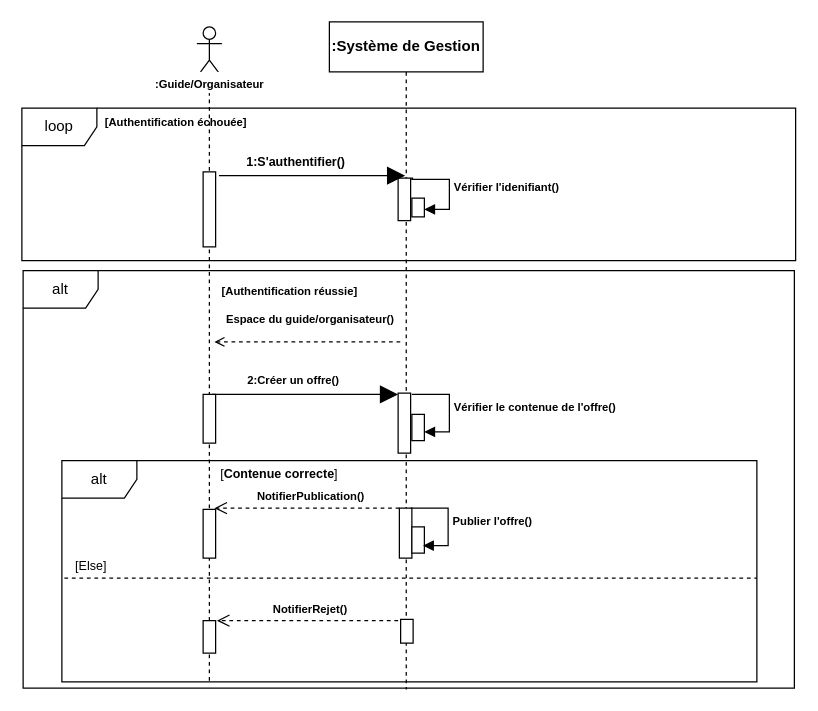
The draw.io diagram Diagramme sequence4.drawio in louis-fresnel99/TpGasaL1, before the edit. Source tidied: cells renumbered, new cells numbered last; positions are measured from the earlier drawing's top-left corner, leaving out a move shared by most shapes. Both pictures are drawn from the tidied source at 125%, with x=0, y=0 at pixel (21, 21).
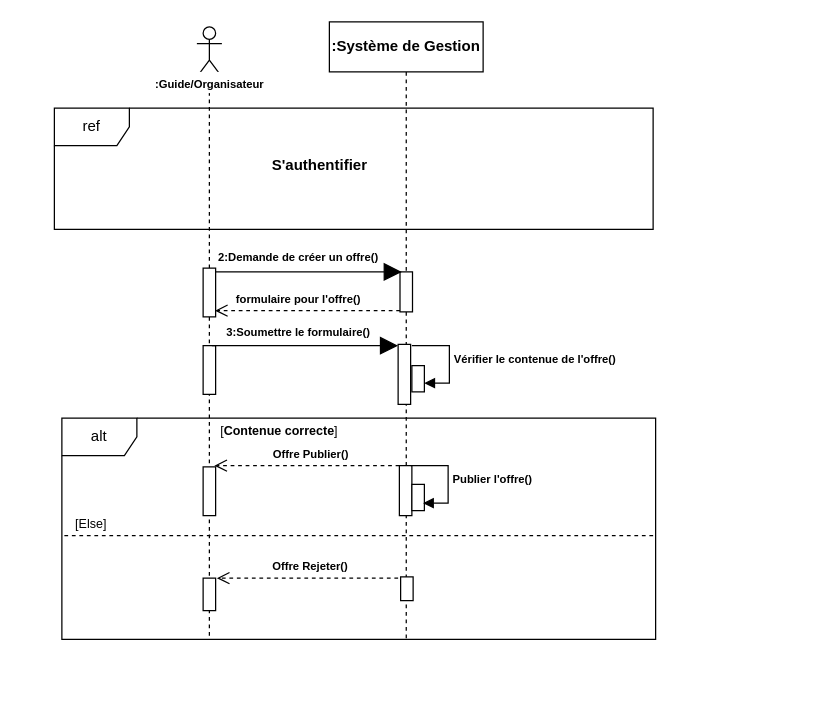
The same diagram, later.

Commit message:
Mettre à jour Diagramme sequence4.drawio

What changed in the source:
```diff
@@
-    <mxCell id="2" value="alt" style="shape=umlFrame;whiteSpace=wrap;html=1;labelBorderColor=none;fillColor=light-dark(#FFFFFF,#FFFFFF);fontColor=light-dark(#000000,#000000);strokeColor=light-dark(#000000,#000000);" parent="1" vertex="1">
-      <mxGeometry x="32" y="351" width="556" height="177" as="geometry" />
-    </mxCell>
     <mxCell id="3" value="&lt;b&gt;:Système de Gestion&lt;/b&gt;" style="shape=umlLifeline;perimeter=lifelinePerimeter;whiteSpace=wrap;html=1;newEdgeStyle={&quot;edgeStyle&quot;:&quot;elbowEdgeStyle&quot;,&quot;elbow&quot;:&quot;vertical&quot;,&quot;curved&quot;:0,&quot;rounded&quot;:0};fillColor=light-dark(#FFFFFF, #ffffff);strokeColor=light-dark(#000000,#000000);labelBackgroundColor=none;fontColor=light-dark(#000000,#000000);" parent="1" vertex="1">
-      <mxGeometry x="246" width="123" height="534" as="geometry" />
+      <mxGeometry x="246" width="123" height="495" as="geometry" />
     </mxCell>
-    <mxCell id="4" style="html=1;perimeter=orthogonalPerimeter;targetShapes=umlLifeline;newEdgeStyle={&quot;curved&quot;:0,&quot;rounded&quot;:0};fillColor=light-dark(#FFFFFF,#FFFFFF);strokeColor=light-dark(#000000,#000000);" parent="3" vertex="1">
-      <mxGeometry x="55" y="125" width="10" height="34" as="geometry" />
-    </mxCell>
     <mxCell id="5" style="html=1;perimeter=orthogonalPerimeter;targetShapes=umlLifeline;newEdgeStyle={&quot;curved&quot;:0,&quot;rounded&quot;:0};fillColor=light-dark(#FFFFFF,#FFFFFF);strokeColor=light-dark(#000000,#000000);" parent="3" vertex="1">
-      <mxGeometry x="55" y="297" width="10" height="48" as="geometry" />
+      <mxGeometry x="55" y="258" width="10" height="48" as="geometry" />
     </mxCell>
     <mxCell id="6" style="html=1;perimeter=orthogonalPerimeter;targetShapes=umlLifeline;newEdgeStyle={&quot;curved&quot;:0,&quot;rounded&quot;:0};fillColor=light-dark(#FFFFFF,#FFFFFF);strokeColor=light-dark(#000000,#000000);" parent="3" vertex="1">
-      <mxGeometry x="56" y="389" width="10" height="40" as="geometry" />
+      <mxGeometry x="56" y="355" width="10" height="40" as="geometry" />
     </mxCell>
     <mxCell id="7" style="html=1;perimeter=orthogonalPerimeter;targetShapes=umlLifeline;newEdgeStyle={&quot;curved&quot;:0,&quot;rounded&quot;:0};fillColor=light-dark(#FFFFFF,#FFFFFF);strokeColor=light-dark(#000000,#000000);" parent="3" vertex="1">
-      <mxGeometry x="57" y="478" width="10" height="19" as="geometry" />
+      <mxGeometry x="57" y="444" width="10" height="19" as="geometry" />
     </mxCell>
     <mxCell id="8" style="html=1;perimeter=orthogonalPerimeter;targetShapes=umlLifeline;newEdgeStyle={&quot;curved&quot;:0,&quot;rounded&quot;:0};" parent="3" vertex="1">
-      <mxGeometry x="66" y="404" width="10" height="21" as="geometry" />
+      <mxGeometry x="66" y="370" width="10" height="21" as="geometry" />
     </mxCell>
     <mxCell id="9" value="&lt;b&gt;&lt;font style=&quot;font-size: 9px;&quot;&gt;Publier l'offre()&lt;/font&gt;&lt;/b&gt;" style="html=1;align=left;spacingLeft=2;endArrow=block;rounded=0;edgeStyle=orthogonalEdgeStyle;curved=0;rounded=0;" parent="3" edge="1">
       <mxGeometry relative="1" as="geometry">
-        <mxPoint x="65" y="389" as="sourcePoint" />
-        <mxPoint x="75" y="419" as="targetPoint" />
+        <mxPoint x="65" y="355" as="sourcePoint" />
+        <mxPoint x="75" y="385" as="targetPoint" />
         <Array as="points">
-          <mxPoint x="95" y="419" />
+          <mxPoint x="95" y="385" />
         </Array>
       </mxGeometry>
     </mxCell>
+    <mxCell id="2" value="alt" style="shape=umlFrame;whiteSpace=wrap;html=1;labelBorderColor=none;fillColor=light-dark(#FFFFFF,#FFFFFF);fontColor=light-dark(#000000,#000000);strokeColor=light-dark(#000000,#000000);" parent="1" vertex="1">
+      <mxGeometry x="32" y="317" width="475" height="177" as="geometry" />
+    </mxCell>
     <mxCell id="10" style="shape=umlLifeline;perimeter=lifelinePerimeter;whiteSpace=wrap;html=1;newEdgeStyle={&quot;curved&quot;:0,&quot;rounded&quot;:0};participant=umlActor;fillColor=light-dark(#FFFFFF,#000000);strokeColor=light-dark(#000000,#000000);" parent="1" vertex="1">
-      <mxGeometry x="140" y="4" width="20" height="523" as="geometry" />
+      <mxGeometry x="140" y="4" width="20" height="490" as="geometry" />
     </mxCell>
-    <mxCell id="11" style="html=1;perimeter=orthogonalPerimeter;targetShapes=umlLifeline;newEdgeStyle={&quot;curved&quot;:0,&quot;rounded&quot;:0};fillColor=light-dark(#FFFFFF,#FFFFFF);strokeColor=light-dark(#000000,#000000);" parent="10" vertex="1">
-      <mxGeometry x="5" y="116" width="10" height="60" as="geometry" />
-    </mxCell>
     <mxCell id="12" style="html=1;perimeter=orthogonalPerimeter;targetShapes=umlLifeline;newEdgeStyle={&quot;curved&quot;:0,&quot;rounded&quot;:0};fillColor=light-dark(#FFFFFF,#FFFFFF);strokeColor=light-dark(#000000,#000000);" parent="10" vertex="1">
-      <mxGeometry x="5" y="294" width="10" height="39" as="geometry" />
+      <mxGeometry x="5" y="255" width="10" height="39" as="geometry" />
     </mxCell>
     <mxCell id="13" style="html=1;perimeter=orthogonalPerimeter;targetShapes=umlLifeline;newEdgeStyle={&quot;curved&quot;:0,&quot;rounded&quot;:0};fillColor=light-dark(#FFFFFF,#FFFFFF);strokeColor=light-dark(#000000,#000000);" parent="10" vertex="1">
-      <mxGeometry x="5" y="386" width="10" height="39" as="geometry" />
+      <mxGeometry x="5" y="352" width="10" height="39" as="geometry" />
     </mxCell>
     <mxCell id="14" style="html=1;perimeter=orthogonalPerimeter;targetShapes=umlLifeline;newEdgeStyle={&quot;curved&quot;:0,&quot;rounded&quot;:0};fillColor=light-dark(#FFFFFF,#FFFFFF);strokeColor=light-dark(#000000,#000000);" parent="10" vertex="1">
-      <mxGeometry x="5" y="475" width="10" height="26" as="geometry" />
+      <mxGeometry x="5" y="441" width="10" height="26" as="geometry" />
     </mxCell>
-    <mxCell id="15" style="endArrow=block;endFill=1;endSize=12;html=1;rounded=0;strokeColor=light-dark(#000000,#000000);exitX=1;exitY=0;exitDx=0;exitDy=5;exitPerimeter=0;" parent="1" edge="1">
-      <mxGeometry relative="1" as="geometry">
-        <mxPoint x="157.7" y="123" as="sourcePoint" />
-        <mxPoint x="306.7" y="123" as="targetPoint" />
-      </mxGeometry>
-    </mxCell>
-    <mxCell id="16" value="&lt;font size=&quot;1&quot;&gt;&lt;b&gt;1:S'authentifier()&lt;/b&gt;&lt;/font&gt;" style="text;html=1;align=center;verticalAlign=middle;whiteSpace=wrap;rounded=0;" parent="1" vertex="1">
-      <mxGeometry x="155" y="101" width="129" height="22" as="geometry" />
-    </mxCell>
-    <mxCell id="17" style="endArrow=open;html=1;rounded=0;strokeColor=light-dark(#000000,#000000);dashed=1;strokeWidth=1;endFill=0;exitX=1;exitY=1;exitDx=0;exitDy=0;" parent="1" edge="1">
-      <mxGeometry relative="1" as="geometry">
-        <mxPoint x="302.7" y="256" as="sourcePoint" />
-        <mxPoint x="154" y="256" as="targetPoint" />
-      </mxGeometry>
-    </mxCell>
-    <mxCell id="18" value="&lt;font style=&quot;color: light-dark(rgb(0, 0, 0), rgb(0, 0, 0)); font-size: 9px;&quot;&gt;&lt;b&gt;[Authentification réussie]&lt;/b&gt;&lt;/font&gt;" style="text;html=1;align=center;verticalAlign=middle;whiteSpace=wrap;rounded=0;" parent="1" vertex="1">
-      <mxGeometry x="144.6" y="204" width="139.4" height="22" as="geometry" />
-    </mxCell>
+    <mxCell id="37" style="html=1;perimeter=orthogonalPerimeter;targetShapes=umlLifeline;newEdgeStyle={&quot;curved&quot;:0,&quot;rounded&quot;:0};fillColor=light-dark(#FFFFFF,#FFFFFF);strokeColor=light-dark(#000000,#000000);" parent="10" vertex="1">
+      <mxGeometry x="5" y="193" width="10" height="39" as="geometry" />
+    </mxCell>
     <mxCell id="19" style="endArrow=block;endFill=1;endSize=12;html=1;rounded=0;strokeColor=light-dark(#000000,#000000);" parent="1" edge="1">
       <mxGeometry relative="1" as="geometry">
-        <mxPoint x="152" y="298" as="sourcePoint" />
-        <mxPoint x="301" y="298" as="targetPoint" />
+        <mxPoint x="152" y="259" as="sourcePoint" />
+        <mxPoint x="301" y="259" as="targetPoint" />
       </mxGeometry>
     </mxCell>
-    <mxCell id="20" value="&lt;font style=&quot;color: light-dark(rgb(0, 0, 0), rgb(0, 0, 0)); font-size: 9px;&quot;&gt;&lt;b&gt;2:Créer un offre()&lt;/b&gt;&lt;/font&gt;" style="text;html=1;align=center;verticalAlign=middle;whiteSpace=wrap;rounded=0;" parent="1" vertex="1">
-      <mxGeometry x="159.9" y="277" width="114.7" height="17" as="geometry" />
+    <mxCell id="20" value="&lt;font style=&quot;color: light-dark(rgb(0, 0, 0), rgb(0, 0, 0)); font-size: 9px;&quot;&gt;&lt;b&gt;3:Soumettre le formulaire()&lt;/b&gt;&lt;/font&gt;" style="text;html=1;align=center;verticalAlign=middle;whiteSpace=wrap;rounded=0;" parent="1" vertex="1">
+      <mxGeometry x="148.6" y="239" width="145.1" height="17" as="geometry" />
     </mxCell>
     <mxCell id="21" style="html=1;verticalAlign=bottom;endArrow=open;dashed=1;endSize=8;curved=0;rounded=0;strokeColor=light-dark(#000000,#000000);" parent="1" edge="1">
       <mxGeometry relative="1" as="geometry">
-        <mxPoint x="302" y="389" as="sourcePoint" />
-        <mxPoint x="154" y="389" as="targetPoint" />
+        <mxPoint x="302" y="355" as="sourcePoint" />
+        <mxPoint x="154" y="355" as="targetPoint" />
       </mxGeometry>
     </mxCell>
-    <mxCell id="22" value="&lt;font style=&quot;color: light-dark(rgb(0, 0, 0), rgb(0, 0, 0)); font-size: 9px;&quot;&gt;&lt;b&gt;NotifierPublication()&lt;/b&gt;&lt;/font&gt;" style="text;html=1;align=center;verticalAlign=middle;whiteSpace=wrap;rounded=0;" parent="1" vertex="1">
-      <mxGeometry x="183.3" y="370" width="97" height="17" as="geometry" />
+    <mxCell id="22" value="&lt;font style=&quot;color: light-dark(rgb(0, 0, 0), rgb(0, 0, 0)); font-size: 9px;&quot;&gt;&lt;b&gt;Offre Publier()&lt;/b&gt;&lt;/font&gt;" style="text;html=1;align=center;verticalAlign=middle;whiteSpace=wrap;rounded=0;" parent="1" vertex="1">
+      <mxGeometry x="183.3" y="336" width="97" height="17" as="geometry" />
     </mxCell>
     <mxCell id="23" style="line;strokeWidth=1;fillColor=none;align=left;verticalAlign=middle;spacingTop=-1;spacingLeft=3;spacingRight=3;labelPosition=right;strokeColor=light-dark(#000000,#000000);dashed=1;" parent="1" vertex="1">
-      <mxGeometry x="34" y="441" width="554" height="8" as="geometry" />
+      <mxGeometry x="34" y="407" width="473" height="8" as="geometry" />
     </mxCell>
     <mxCell id="24" value="&lt;font style=&quot;color: light-dark(rgb(0, 0, 0), rgb(0, 0, 0)); font-size: 10px;&quot;&gt;[Else]&amp;nbsp;&lt;/font&gt;" style="text;html=1;align=center;verticalAlign=middle;whiteSpace=wrap;rounded=0;" parent="1" vertex="1">
-      <mxGeometry x="35" y="425" width="44" height="19" as="geometry" />
+      <mxGeometry x="35" y="391" width="44" height="19" as="geometry" />
     </mxCell>
     <mxCell id="25" style="html=1;verticalAlign=bottom;endArrow=open;dashed=1;endSize=8;curved=0;rounded=0;strokeColor=light-dark(#000000,#000000);" parent="1" edge="1">
       <mxGeometry relative="1" as="geometry">
-        <mxPoint x="301" y="479" as="sourcePoint" />
-        <mxPoint x="156" y="479" as="targetPoint" />
+        <mxPoint x="301" y="445" as="sourcePoint" />
+        <mxPoint x="156" y="445" as="targetPoint" />
       </mxGeometry>
     </mxCell>
-    <mxCell id="26" value="&lt;b style=&quot;font-size: 9px;&quot;&gt;NotifierRejet()&lt;/b&gt;" style="text;html=1;align=center;verticalAlign=middle;whiteSpace=wrap;rounded=0;" parent="1" vertex="1">
-      <mxGeometry x="183.6" y="460" width="94.4" height="17" as="geometry" />
+    <mxCell id="26" value="&lt;b style=&quot;font-size: 9px;&quot;&gt;Offre Rejeter()&lt;/b&gt;" style="text;html=1;align=center;verticalAlign=middle;whiteSpace=wrap;rounded=0;" parent="1" vertex="1">
+      <mxGeometry x="183.6" y="426" width="94.4" height="17" as="geometry" />
     </mxCell>
     <mxCell id="27" value="&lt;font style=&quot;color: light-dark(rgb(0, 0, 0), rgb(0, 0, 0)); font-size: 10px;&quot;&gt;[&lt;b&gt;Contenue correcte&lt;/b&gt;]&amp;nbsp;&lt;/font&gt;" style="text;html=1;align=center;verticalAlign=middle;whiteSpace=wrap;rounded=0;" parent="1" vertex="1">
-      <mxGeometry x="155" y="351" width="105" height="19" as="geometry" />
+      <mxGeometry x="155" y="317" width="105" height="19" as="geometry" />
     </mxCell>
-    <mxCell id="28" value="alt" style="shape=umlFrame;whiteSpace=wrap;html=1;" parent="1" vertex="1">
-      <mxGeometry x="1" y="199" width="617" height="334" as="geometry" />
-    </mxCell>
-    <mxCell id="29" style="html=1;perimeter=orthogonalPerimeter;targetShapes=umlLifeline;newEdgeStyle={&quot;curved&quot;:0,&quot;rounded&quot;:0};" parent="1" vertex="1">
-      <mxGeometry x="312" y="141" width="10" height="15" as="geometry" />
-    </mxCell>
-    <mxCell id="30" value="&lt;b&gt;&lt;font style=&quot;font-size: 9px;&quot;&gt;Vérifier l'idenifiant()&lt;/font&gt;&lt;/b&gt;" style="html=1;align=left;spacingLeft=2;endArrow=block;rounded=0;edgeStyle=orthogonalEdgeStyle;curved=0;rounded=0;" parent="1" edge="1">
-      <mxGeometry relative="1" as="geometry">
-        <mxPoint x="313" y="125" as="sourcePoint" />
-        <mxPoint x="322" y="150" as="targetPoint" />
-        <Array as="points">
-          <mxPoint x="312" y="125" />
-          <mxPoint x="312" y="126" />
-          <mxPoint x="342" y="126" />
-          <mxPoint x="342" y="150" />
-        </Array>
-      </mxGeometry>
-    </mxCell>
-    <mxCell id="31" value="&lt;font style=&quot;font-size: 9px;&quot;&gt;&lt;b&gt;Espace du guide/organisateur()&lt;/b&gt;&lt;/font&gt;" style="text;html=1;align=center;verticalAlign=middle;whiteSpace=wrap;rounded=0;" parent="1" vertex="1">
-      <mxGeometry x="155" y="226" width="151.7" height="22" as="geometry" />
+    <mxCell id="31" value="&lt;font style=&quot;font-size: 9px;&quot;&gt;&lt;b&gt;2:Demande de créer un offre()&lt;/b&gt;&lt;/font&gt;" style="text;html=1;align=center;verticalAlign=middle;whiteSpace=wrap;rounded=0;" parent="1" vertex="1">
+      <mxGeometry x="149" y="177" width="144.7" height="22" as="geometry" />
     </mxCell>
@@
-    <mxCell id="33" value="loop" style="shape=umlFrame;whiteSpace=wrap;html=1;" parent="1" vertex="1">
-      <mxGeometry y="69" width="619" height="122" as="geometry" />
-    </mxCell>
-    <mxCell id="34" value="&lt;b style=&quot;font-size: 9px;&quot;&gt;[Authentification échouée]&lt;/b&gt;" style="text;html=1;align=center;verticalAlign=middle;whiteSpace=wrap;rounded=0;" parent="1" vertex="1">
-      <mxGeometry x="54" y="69" width="139.4" height="22" as="geometry" />
-    </mxCell>
     <mxCell id="35" value="&lt;b&gt;&lt;font style=&quot;font-size: 9px;&quot;&gt;Vérifier le contenue de l'offre()&lt;/font&gt;&lt;/b&gt;" style="html=1;align=left;spacingLeft=2;endArrow=block;rounded=0;edgeStyle=orthogonalEdgeStyle;curved=0;rounded=0;" parent="1" edge="1">
       <mxGeometry relative="1" as="geometry">
-        <mxPoint x="312" y="298" as="sourcePoint" />
-        <mxPoint x="322" y="328" as="targetPoint" />
+        <mxPoint x="312" y="259" as="sourcePoint" />
+        <mxPoint x="322" y="289" as="targetPoint" />
         <Array as="points">
-          <mxPoint x="342" y="298" />
-          <mxPoint x="342" y="328" />
+          <mxPoint x="342" y="259" />
+          <mxPoint x="342" y="289" />
         </Array>
       </mxGeometry>
     </mxCell>
     <mxCell id="36" style="html=1;perimeter=orthogonalPerimeter;targetShapes=umlLifeline;newEdgeStyle={&quot;curved&quot;:0,&quot;rounded&quot;:0};" parent="1" vertex="1">
-      <mxGeometry x="312" y="314" width="10" height="21" as="geometry" />
+      <mxGeometry x="312" y="275" width="10" height="21" as="geometry" />
     </mxCell>
+    <mxCell id="38" value="S'authentifier" style="text;align=center;fontStyle=1;verticalAlign=middle;spacingLeft=3;spacingRight=3;strokeColor=none;html=1;" parent="1" vertex="1">
+      <mxGeometry x="198" y="102" width="80" height="26" as="geometry" />
+    </mxCell>
+    <mxCell id="39" style="html=1;perimeter=orthogonalPerimeter;targetShapes=umlLifeline;newEdgeStyle={&quot;curved&quot;:0,&quot;rounded&quot;:0};fillColor=light-dark(#FFFFFF,#FFFFFF);strokeColor=light-dark(#000000,#000000);" parent="1" vertex="1">
+      <mxGeometry x="302.5" y="200" width="10" height="32" as="geometry" />
+    </mxCell>
+    <mxCell id="40" style="endArrow=block;endFill=1;endSize=12;html=1;rounded=0;strokeColor=light-dark(#000000,#000000);" parent="1" edge="1">
+      <mxGeometry relative="1" as="geometry">
+        <mxPoint x="155" y="200" as="sourcePoint" />
+        <mxPoint x="304" y="200" as="targetPoint" />
+      </mxGeometry>
+    </mxCell>
+    <mxCell id="41" style="html=1;verticalAlign=bottom;endArrow=open;dashed=1;endSize=8;curved=0;rounded=0;strokeColor=light-dark(#000000,#000000);" parent="1" edge="1">
+      <mxGeometry relative="1" as="geometry">
+        <mxPoint x="302.5" y="231" as="sourcePoint" />
+        <mxPoint x="154.5" y="231" as="targetPoint" />
+      </mxGeometry>
+    </mxCell>
+    <mxCell id="42" value="&lt;font style=&quot;font-size: 9px;&quot;&gt;&lt;b&gt;formulaire pour l'offre()&lt;/b&gt;&lt;/font&gt;" style="text;html=1;align=center;verticalAlign=middle;whiteSpace=wrap;rounded=0;" parent="1" vertex="1">
+      <mxGeometry x="149" y="210" width="144.7" height="22" as="geometry" />
+    </mxCell>
+    <mxCell id="33" value="ref" style="shape=umlFrame;whiteSpace=wrap;html=1;fillColor=#FFFFFF;fillStyle=auto;" parent="1" vertex="1">
+      <mxGeometry x="26" y="69" width="479" height="97" as="geometry" />
+    </mxCell>
```
